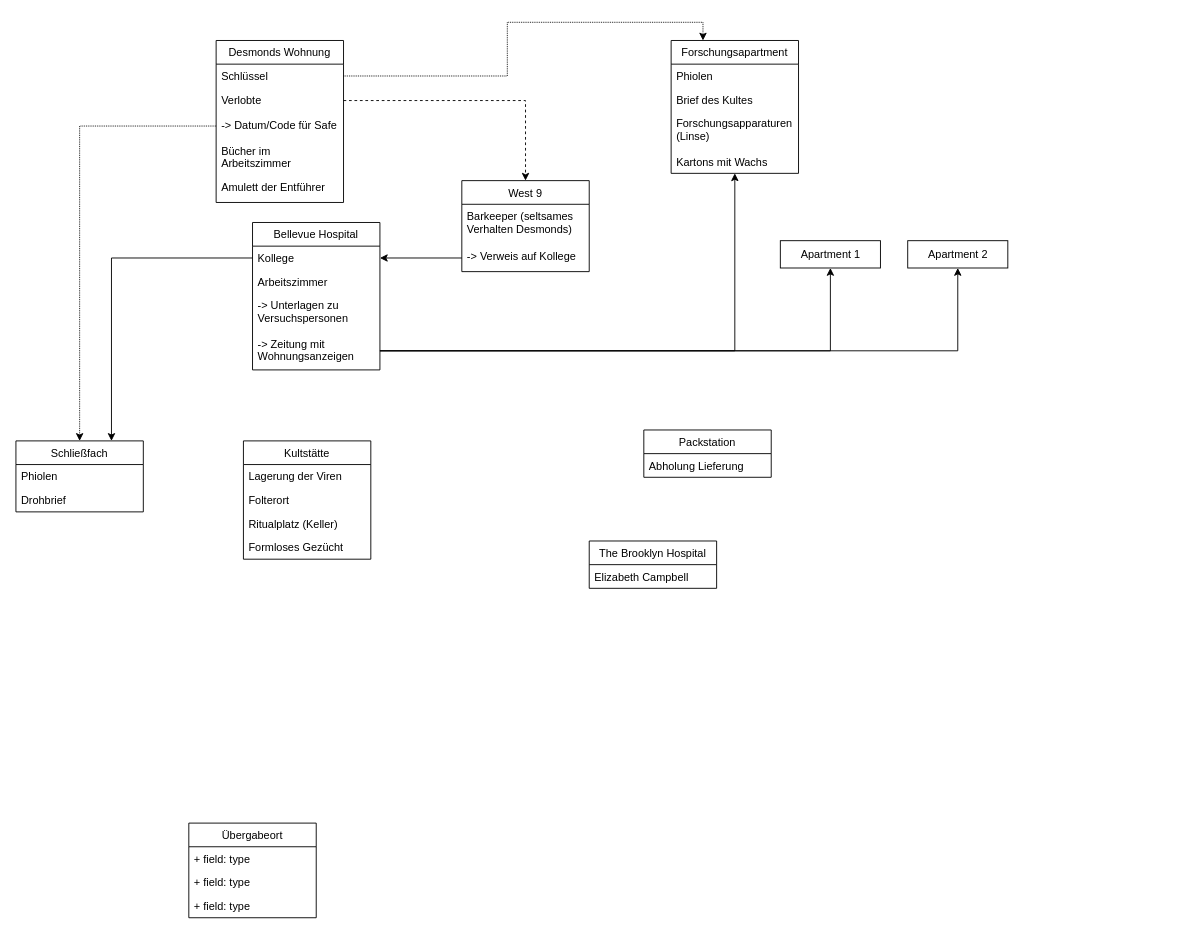
SasaSuppenknecht/WritingForFun keeps this draw.io diagram as Hinweis Map.drawio. Above is the earlier version. Source tidied: cells renumbered, new cells numbered last; positions are measured from the earlier drawing's top-left corner, leaving out a move shared by most shapes. Both pictures are drawn from the tidied source at 91%, with x=0, y=0 at pixel (15, 40).
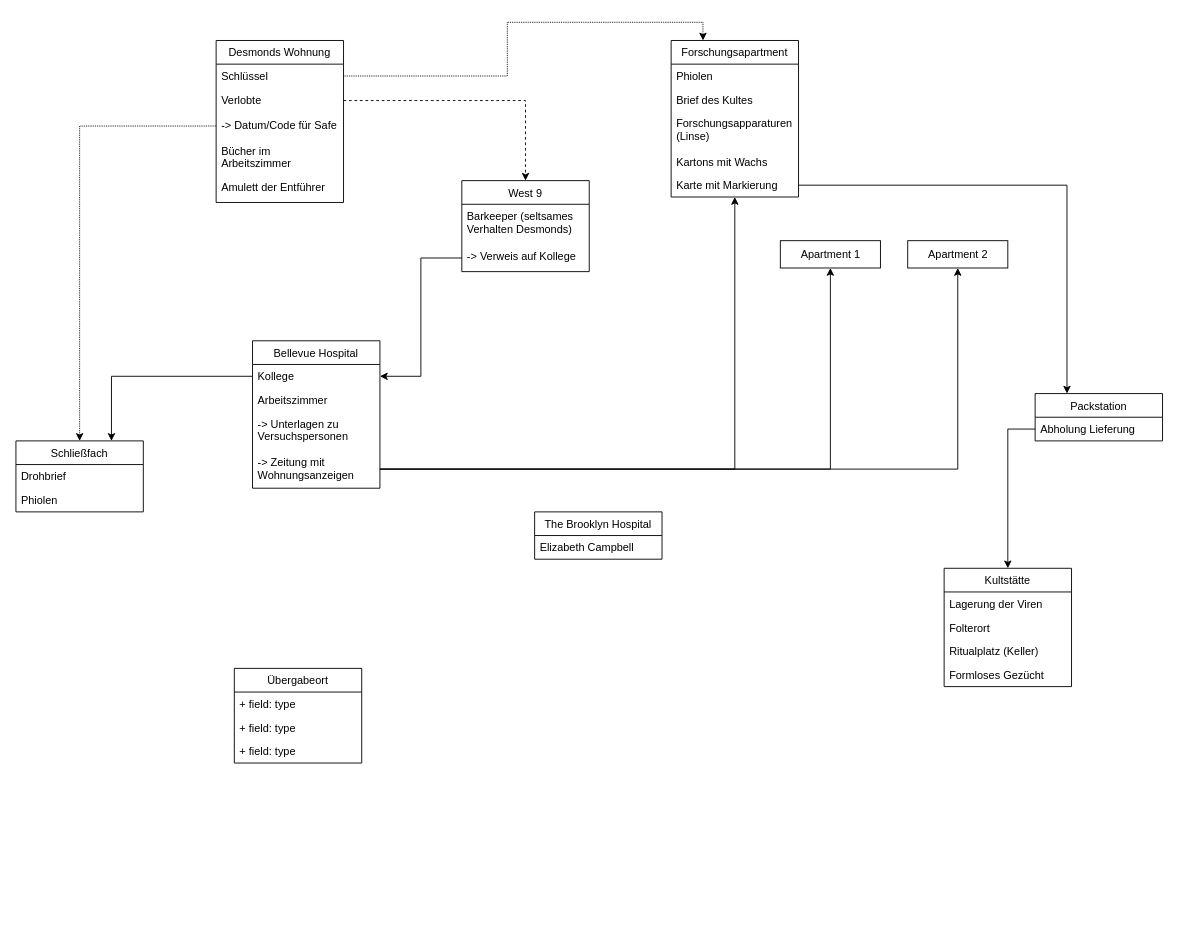
The same page after the edit.

Commit message:
Hinweis Map ergänzt

The change refers to these unchanged cells:
```xml
<mxCell id="17" value="Abholung Lieferung" style="text;strokeColor=none;fillColor=none;align=left;verticalAlign=top;spacingLeft=4;spacingRight=4;overflow=hidden;points=[[0,0.5],[1,0.5]];portConstraint=eastwest;" parent="16" vertex="1">
  <mxGeometry y="26" width="140" height="26" as="geometry" />
</mxCell>
<mxCell id="33" value="Schließfach" style="swimlane;fontStyle=0;horizontal=1;startSize=26;fillColor=none;" parent="1" vertex="1">
  <mxGeometry y="440" width="140" height="78" as="geometry" />
</mxCell>
```

Diff of the diagram source:
```diff
@@
     <mxCell id="2" value="Forschungsapartment" style="swimlane;fontStyle=0;horizontal=1;startSize=26;fillColor=none;" parent="1" vertex="1">
-      <mxGeometry x="720" width="140" height="146" as="geometry" />
+      <mxGeometry x="720" width="140" height="172" as="geometry" />
     </mxCell>
@@
+    <mxCell id="49" value="Karte mit Markierung" style="text;strokeColor=none;fillColor=none;align=left;verticalAlign=top;spacingLeft=4;spacingRight=4;overflow=hidden;points=[[0,0.5],[1,0.5]];portConstraint=eastwest;" parent="2" vertex="1">
+      <mxGeometry y="146" width="140" height="26" as="geometry" />
+    </mxCell>
@@
     <mxCell id="8" value="Bellevue Hospital" style="swimlane;fontStyle=0;horizontal=1;startSize=26;fillColor=none;" parent="1" vertex="1">
-      <mxGeometry x="260" y="200" width="140" height="162" as="geometry" />
+      <mxGeometry x="260" y="330" width="140" height="162" as="geometry" />
     </mxCell>
@@
     <mxCell id="16" value="Packstation" style="swimlane;fontStyle=0;horizontal=1;startSize=26;fillColor=none;" parent="1" vertex="1">
-      <mxGeometry x="690" y="428" width="140" height="52" as="geometry" />
+      <mxGeometry x="1120" y="388" width="140" height="52" as="geometry" />
     </mxCell>
@@
     <mxCell id="18" value="Kultstätte" style="swimlane;fontStyle=0;horizontal=1;startSize=26;fillColor=none;" parent="1" vertex="1">
-      <mxGeometry x="250" y="440" width="140" height="130" as="geometry" />
+      <mxGeometry x="1020" y="580" width="140" height="130" as="geometry" />
     </mxCell>
@@
     <mxCell id="23" value="The Brooklyn Hospital" style="swimlane;fontStyle=0;horizontal=1;startSize=26;fillColor=none;" parent="1" vertex="1">
-      <mxGeometry x="630" y="550" width="140" height="52" as="geometry" />
+      <mxGeometry x="570" y="518" width="140" height="52" as="geometry" />
     </mxCell>
@@
+    <mxCell id="35" value="Drohbrief" style="text;strokeColor=none;fillColor=none;align=left;verticalAlign=top;spacingLeft=4;spacingRight=4;overflow=hidden;" parent="33" vertex="1">
+      <mxGeometry y="26" width="140" height="26" as="geometry" />
+    </mxCell>
     <mxCell id="34" value="Phiolen" style="text;strokeColor=none;fillColor=none;align=left;verticalAlign=top;spacingLeft=4;spacingRight=4;overflow=hidden;" parent="33" vertex="1">
-      <mxGeometry y="26" width="140" height="26" as="geometry" />
+      <mxGeometry y="52" width="140" height="26" as="geometry" />
     </mxCell>
-    <mxCell id="35" value="Drohbrief" style="text;strokeColor=none;fillColor=none;align=left;verticalAlign=top;spacingLeft=4;spacingRight=4;overflow=hidden;" parent="33" vertex="1">
-      <mxGeometry y="52" width="140" height="26" as="geometry" />
-    </mxCell>
@@
     <mxCell id="41" value="Übergabeort" style="swimlane;fontStyle=0;horizontal=1;startSize=26;fillColor=none;" parent="1" vertex="1">
-      <mxGeometry x="190" y="860" width="140" height="104" as="geometry" />
+      <mxGeometry x="240" y="690" width="140" height="104" as="geometry" />
     </mxCell>
@@
+    <mxCell id="50" style="edgeStyle=orthogonalEdgeStyle;rounded=0;jettySize=auto;html=1;exitX=1;exitY=0.5;exitDx=0;exitDy=0;entryX=0.25;entryY=0;entryDx=0;entryDy=0;" parent="1" edge="1" source="49" target="16">
+      <mxGeometry relative="1" as="geometry" />
+    </mxCell>
+    <mxCell id="51" style="edgeStyle=orthogonalEdgeStyle;rounded=0;jettySize=auto;html=1;exitX=0;exitY=0.5;exitDx=0;exitDy=0;entryX=0.5;entryY=0;entryDx=0;entryDy=0;" parent="1" edge="1" source="17" target="18">
+      <mxGeometry relative="1" as="geometry" />
+    </mxCell>
```
